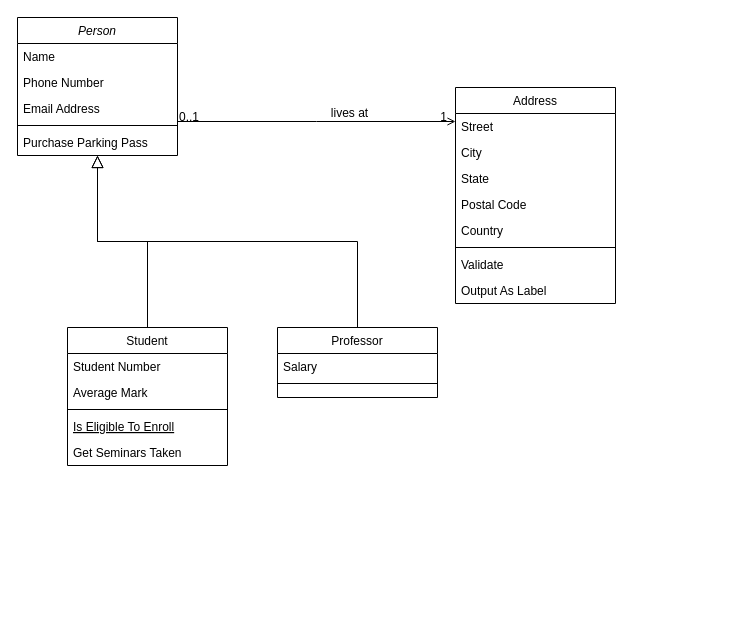
The draw.io diagram Unbenanntes Diagramm.drawio in andrinnn6789/FootballAdministrationsApp, before the edit. Source tidied: cells renumbered, new cells numbered last; positions are measured from the earlier drawing's top-left corner, leaving out a move shared by most shapes. Both pictures are drawn from the tidied source at 100%, with x=0, y=0 at pixel (17, 17).
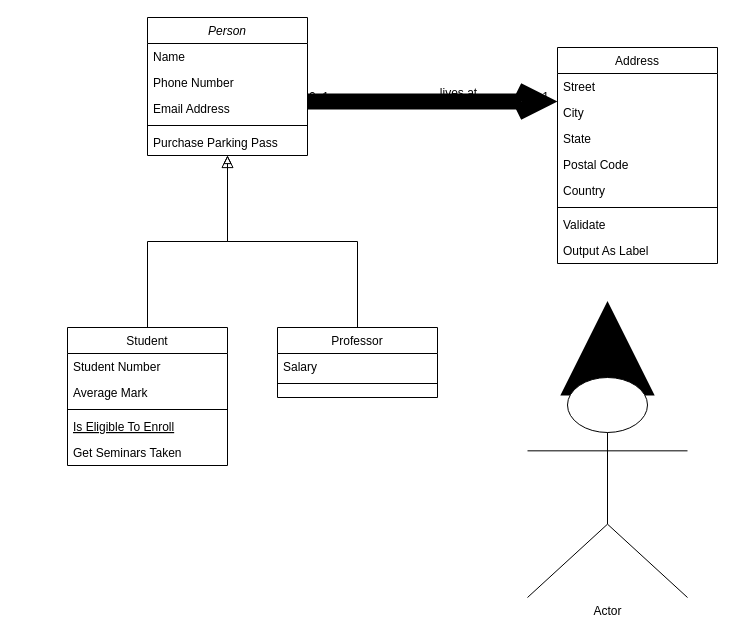
The same page after the edit.

The change refers to these unchanged cells:
```xml
<mxCell id="15" value="Professor" style="swimlane;fontStyle=0;align=center;verticalAlign=top;horizontal=1;startSize=26;rounded=0;shadow=0;strokeWidth=1;" parent="1" vertex="1">
  <mxGeometry x="260" y="310" width="160" height="70" as="geometry" />
</mxCell>
```

The edit, as a diff of the source:
```diff
@@
     <mxCell id="2" value="Person" style="swimlane;fontStyle=2;align=center;verticalAlign=top;horizontal=1;startSize=26;rounded=0;shadow=0;strokeWidth=1;" parent="1" vertex="1">
-      <mxGeometry width="160" height="138" as="geometry" />
+      <mxGeometry x="130" width="160" height="138" as="geometry" />
     </mxCell>
@@
-    <mxCell id="18" style="endArrow=block;endSize=10;endFill=0;shadow=0;strokeWidth=1;rounded=0;edgeStyle=elbowEdgeStyle;elbow=vertical;" parent="1" edge="1" source="15" target="2">
+    <mxCell id="18" style="endArrow=block;endFill=0;shadow=0;strokeWidth=1;rounded=0;edgeStyle=elbowEdgeStyle;elbow=vertical;" parent="1" edge="1" source="15" target="2">
       <mxGeometry relative="1" as="geometry" />
     </mxCell>
     <mxCell id="19" value="Address" style="swimlane;fontStyle=0;align=center;verticalAlign=top;horizontal=1;startSize=26;rounded=0;shadow=0;strokeWidth=1;" parent="1" vertex="1">
-      <mxGeometry x="438" y="70" width="160" height="216" as="geometry" />
+      <mxGeometry x="540" y="30" width="160" height="216" as="geometry" />
     </mxCell>
@@
-    <mxCell id="28" style="endArrow=open;shadow=0;strokeWidth=1;rounded=0;endFill=1;edgeStyle=elbowEdgeStyle;elbow=vertical;" parent="1" edge="1" source="2" target="19">
+    <mxCell id="28" style="endArrow=open;shadow=0;strokeWidth=16;rounded=0;endFill=1;edgeStyle=elbowEdgeStyle;elbow=vertical;" parent="1" edge="1" source="2" target="19">
       <mxGeometry x="0.5" y="41" relative="1" as="geometry">
         <mxPoint x="-40" y="32" as="offset" />
       </mxGeometry>
     </mxCell>
@@
+    <mxCell id="32" style="triangle;whiteSpace=wrap;html=1;direction=north;strokeWidth=46;" parent="1" vertex="1">
+      <mxGeometry x="580" y="335" width="20" height="20" as="geometry" />
+    </mxCell>
+    <mxCell id="33" value="Actor" style="shape=umlActor;verticalLabelPosition=bottom;verticalAlign=top;html=1;strokeWidth=1;" parent="1" vertex="1">
+      <mxGeometry x="510" y="360" width="160" height="220" as="geometry" />
+    </mxCell>
+    <mxCell id="34" style="edgeStyle=isometricEdgeStyle;rounded=0;orthogonalLoop=1;jettySize=auto;html=1;exitX=1;exitY=0.5;exitDx=0;exitDy=0;elbow=vertical;" parent="1" edge="1" source="32" target="32">
+      <mxGeometry relative="1" as="geometry" />
+    </mxCell>
+    <mxCell id="35" style="edgeStyle=isometricEdgeStyle;rounded=0;orthogonalLoop=1;jettySize=auto;html=1;exitX=0.5;exitY=0;exitDx=0;exitDy=0;elbow=vertical;" parent="1" edge="1" source="32" target="32">
+      <mxGeometry relative="1" as="geometry" />
+    </mxCell>
+    <mxCell id="36" style="edgeStyle=isometricEdgeStyle;rounded=0;orthogonalLoop=1;jettySize=auto;html=1;exitX=1;exitY=0.5;exitDx=0;exitDy=0;elbow=vertical;" parent="1" edge="1" source="32" target="32">
+      <mxGeometry relative="1" as="geometry" />
+    </mxCell>
```
